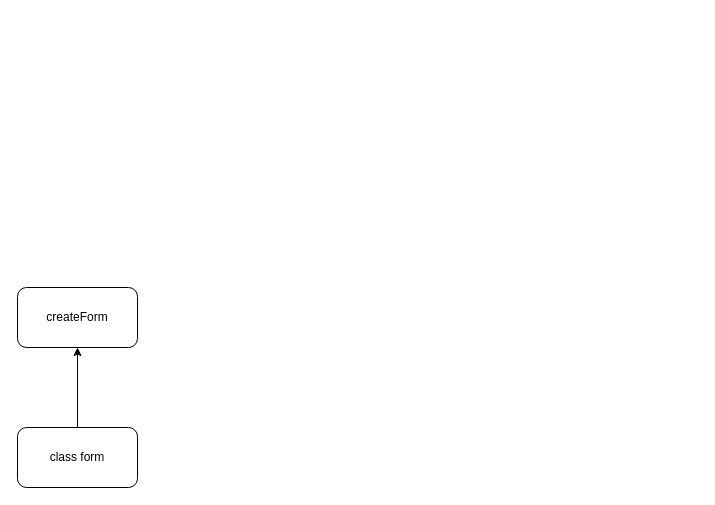
This is page "core" (1 of 4) of Untitled Diagram.drawio from lmmqxyx404/formily_scratch, a draw.io file, before an edit. Source tidied: cells renumbered, new cells numbered last; positions are measured from the earlier drawing's top-left corner, leaving out a move shared by most shapes. Both pictures are drawn from the tidied source at 100%, with x=0, y=0 at pixel (17, 287).
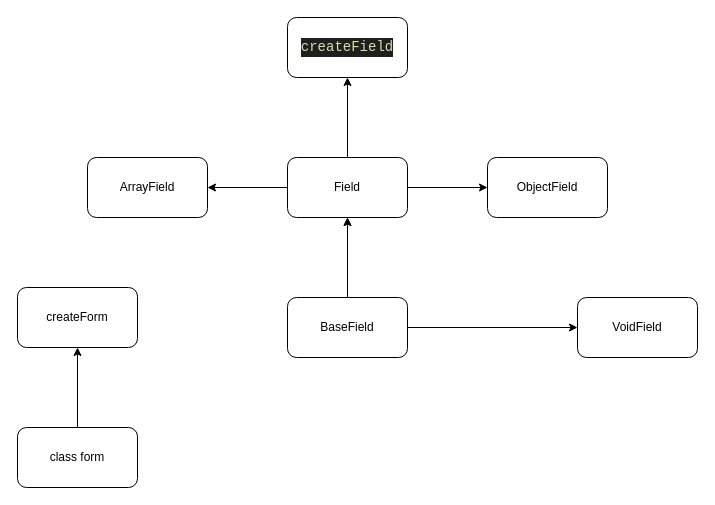
The same page after the edit.

The edit, as a diff of the source:
```diff
@@
 <mxGraphModel>
   <root>
     <mxCell id="0" />
     <mxCell id="1" parent="0" />
     <mxCell id="2" style="edgeStyle=orthogonalEdgeStyle;rounded=0;jettySize=auto;html=1;" parent="1" edge="1" source="3" target="4">
       <mxGeometry relative="1" as="geometry" />
     </mxCell>
     <mxCell id="3" value="class form" style="rounded=1;whiteSpace=wrap;html=1;" parent="1" vertex="1">
       <mxGeometry y="140" width="120" height="60" as="geometry" />
     </mxCell>
     <mxCell id="4" value="createForm" style="whiteSpace=wrap;html=1;rounded=1;" parent="1" vertex="1">
       <mxGeometry width="120" height="60" as="geometry" />
     </mxCell>
+    <mxCell id="5" style="edgeStyle=orthogonalEdgeStyle;rounded=0;jettySize=auto;html=1;" parent="1" edge="1" source="8" target="12">
+      <mxGeometry relative="1" as="geometry" />
+    </mxCell>
+    <mxCell id="6" style="edgeStyle=orthogonalEdgeStyle;rounded=0;jettySize=auto;html=1;" parent="1" edge="1" source="8" target="12">
+      <mxGeometry relative="1" as="geometry" />
+    </mxCell>
+    <mxCell id="7" style="edgeStyle=orthogonalEdgeStyle;rounded=0;jettySize=auto;html=1;" parent="1" edge="1" source="8" target="13">
+      <mxGeometry relative="1" as="geometry" />
+    </mxCell>
+    <mxCell id="8" value="BaseField" style="rounded=1;whiteSpace=wrap;html=1;" parent="1" vertex="1">
+      <mxGeometry x="270" y="10" width="120" height="60" as="geometry" />
+    </mxCell>
+    <mxCell id="9" style="edgeStyle=orthogonalEdgeStyle;rounded=0;jettySize=auto;html=1;" parent="1" edge="1" source="12" target="14">
+      <mxGeometry relative="1" as="geometry" />
+    </mxCell>
+    <mxCell id="10" style="edgeStyle=orthogonalEdgeStyle;rounded=0;jettySize=auto;html=1;" parent="1" edge="1" source="12" target="15">
+      <mxGeometry relative="1" as="geometry" />
+    </mxCell>
+    <mxCell id="11" style="edgeStyle=orthogonalEdgeStyle;rounded=0;jettySize=auto;html=1;" parent="1" edge="1" source="12" target="16">
+      <mxGeometry relative="1" as="geometry" />
+    </mxCell>
+    <mxCell id="12" value="Field" style="whiteSpace=wrap;html=1;rounded=1;" parent="1" vertex="1">
+      <mxGeometry x="270" y="-130" width="120" height="60" as="geometry" />
+    </mxCell>
+    <mxCell id="13" value="VoidField" style="whiteSpace=wrap;html=1;rounded=1;" parent="1" vertex="1">
+      <mxGeometry x="560" y="10" width="120" height="60" as="geometry" />
+    </mxCell>
+    <mxCell id="14" value="&lt;div style=&quot;color: rgb(204, 204, 204); background-color: rgb(31, 31, 31); font-family: Consolas, &amp;quot;Courier New&amp;quot;, monospace; font-size: 14px; line-height: 19px; white-space: pre;&quot;&gt;&lt;span style=&quot;color: #dcdcaa;&quot;&gt;createField&lt;/span&gt;&lt;/div&gt;" style="whiteSpace=wrap;html=1;rounded=1;" parent="1" vertex="1">
+      <mxGeometry x="270" y="-270" width="120" height="60" as="geometry" />
+    </mxCell>
+    <mxCell id="15" value="ObjectField" style="whiteSpace=wrap;html=1;rounded=1;" parent="1" vertex="1">
+      <mxGeometry x="470" y="-130" width="120" height="60" as="geometry" />
+    </mxCell>
+    <mxCell id="16" value="ArrayField" style="whiteSpace=wrap;html=1;rounded=1;" parent="1" vertex="1">
+      <mxGeometry x="70" y="-130" width="120" height="60" as="geometry" />
+    </mxCell>
   </root>
 </mxGraphModel>
```
